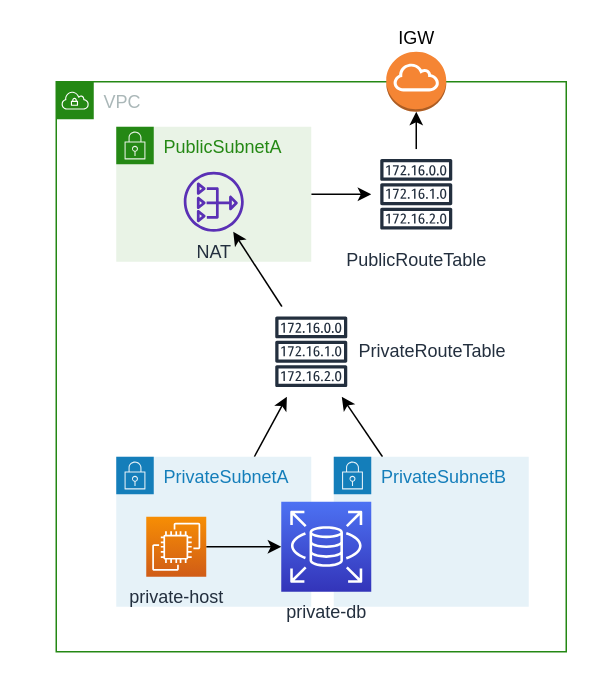
Earlier version of the draw.io diagram page "app" (4 of 5) of resources/diagrams.drawio (rristea/aws-app-migration-to-serverless). Source tidied: cells renumbered, new cells numbered last; positions are measured from the earlier drawing's top-left corner, leaving out a move shared by most shapes. Both pictures are drawn from the tidied source at 150%, with x=0, y=0 at pixel (56, 51). Pictures stored in the file or linked from it are replaced by grey dashed boxes.
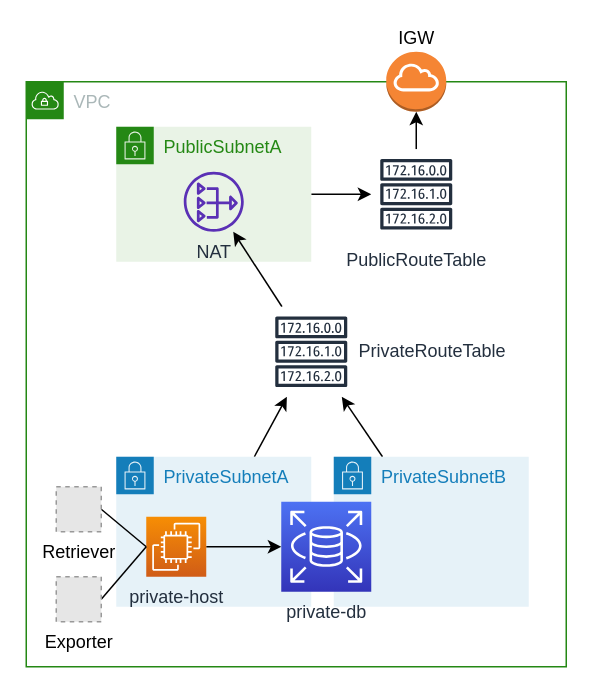
Above is the later version.

The change refers to these unchanged cells:
```xml
<mxCell id="14" value="private-host" style="points=[[0,0,0],[0.25,0,0],[0.5,0,0],[0.75,0,0],[1,0,0],[0,1,0],[0.25,1,0],[0.5,1,0],[0.75,1,0],[1,1,0],[0,0.25,0],[0,0.5,0],[0,0.75,0],[1,0.25,0],[1,0.5,0],[1,0.75,0]];outlineConnect=0;fontColor=#232F3E;gradientColor=#F78E04;gradientDirection=north;fillColor=#D05C17;strokeColor=#ffffff;dashed=0;verticalLabelPosition=bottom;verticalAlign=top;align=center;html=1;fontSize=12;fontStyle=0;shape=mxgraph.aws4.resourceIcon;resIcon=mxgraph.aws4.ec2;" parent="1" vertex="1">
  <mxGeometry x="60" y="310" width="40" height="40" as="geometry" />
</mxCell>
```

What changed in the source:
```diff
@@
     <mxCell id="2" value="VPC" style="gradientColor=none;html=1;whiteSpace=wrap;fontSize=12;fontStyle=0;shape=mxgraph.aws4.group;grIcon=mxgraph.aws4.group_vpc;strokeColor=#248814;fillColor=none;verticalAlign=top;align=left;spacingLeft=30;fontColor=#AAB7B8;dashed=0;" parent="1" vertex="1">
-      <mxGeometry y="20" width="340" height="380" as="geometry" />
+      <mxGeometry x="-20" y="20" width="360" height="390" as="geometry" />
     </mxCell>
@@
+    <mxCell id="19" style="rounded=0;jettySize=auto;html=1;exitX=1;exitY=0.5;exitDx=0;exitDy=0;entryX=0;entryY=0.5;entryDx=0;entryDy=0;entryPerimeter=0;endArrow=none;endFill=0;" parent="1" edge="1" source="20" target="14">
+      <mxGeometry relative="1" as="geometry" />
+    </mxCell>
+    <mxCell id="20" value="Retriever" style="fillColor=#E6E6E6;strokeColor=#999999;dashed=1;html=1;verticalAlign=top;verticalLabelPosition=bottom;labelBackgroundColor=#ffffff;" parent="1" vertex="1">
+      <mxGeometry y="290" width="30" height="30" as="geometry" />
+    </mxCell>
+    <mxCell id="21" style="edgeStyle=none;rounded=0;jettySize=auto;html=1;exitX=1;exitY=0.5;exitDx=0;exitDy=0;entryX=0;entryY=0.5;entryDx=0;entryDy=0;entryPerimeter=0;endArrow=none;endFill=0;" parent="1" edge="1" source="22" target="14">
+      <mxGeometry relative="1" as="geometry" />
+    </mxCell>
+    <mxCell id="22" value="Exporter" style="fillColor=#E6E6E6;strokeColor=#999999;dashed=1;html=1;verticalAlign=top;verticalLabelPosition=bottom;labelBackgroundColor=#ffffff;" parent="1" vertex="1">
+      <mxGeometry y="350" width="30" height="30" as="geometry" />
+    </mxCell>
```
